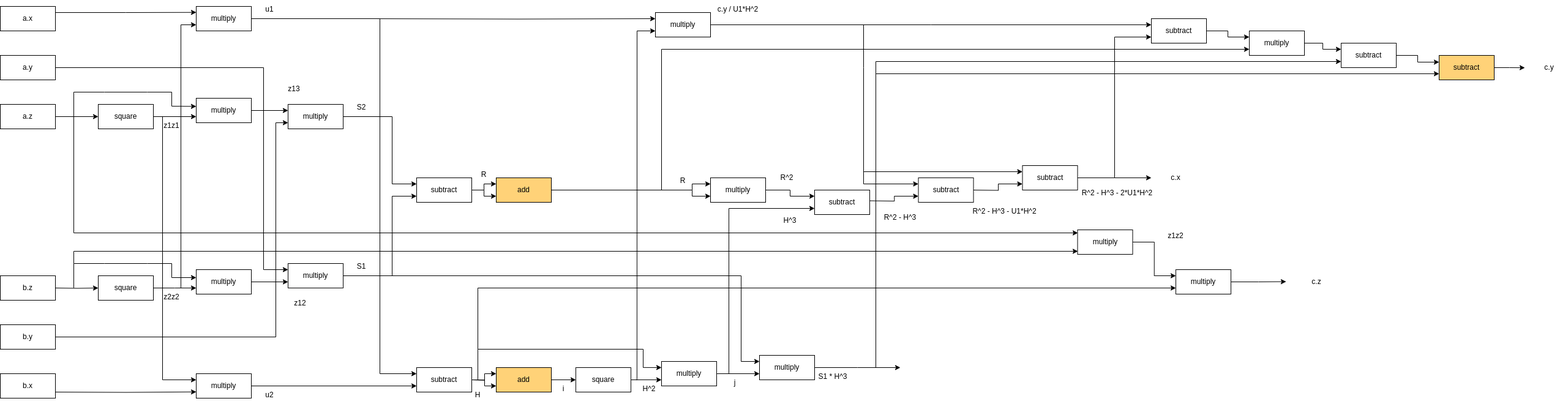
This is figs/Point_ADD_FlowDiagram.drawio.png from rafalum/zk_spinal, a draw.io export, as it was before one commit. Source tidied: cells renumbered, new cells last; positions are measured from the earlier drawing's top-left corner, leaving out a move shared by most shapes.
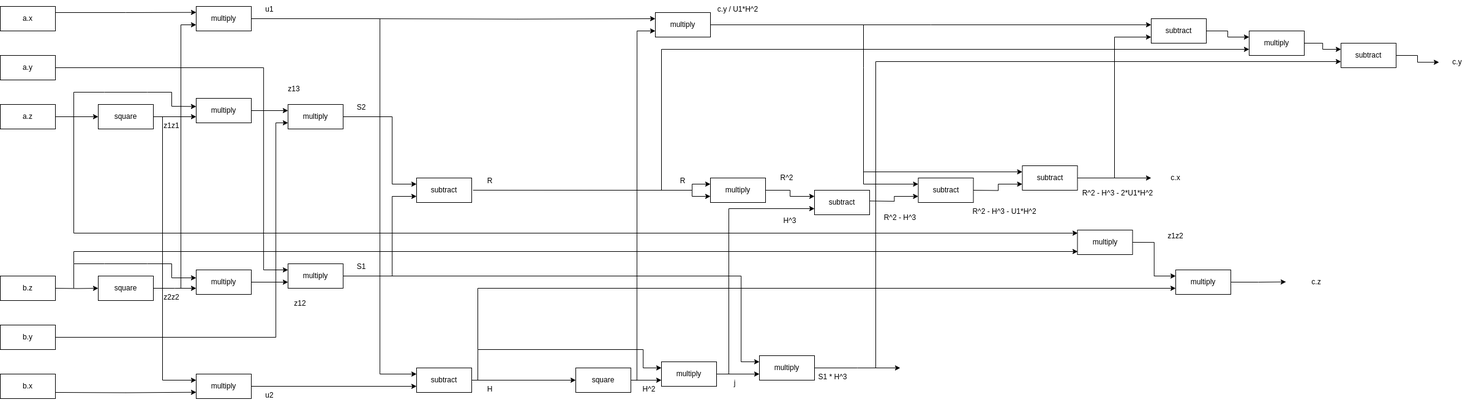
Later version of the same file.

Commit message:
removed wrong operations

What changed in the source:
```diff
@@ -152,20 +152,11 @@
     <mxCell id="33" value="S1" style="text;html=1;strokeColor=none;fillColor=none;align=center;verticalAlign=middle;whiteSpace=wrap;rounded=0;" parent="1" vertex="1">
       <mxGeometry x="560" y="420" width="60" height="30" as="geometry" />
     </mxCell>
-    <mxCell id="34" style="edgeStyle=orthogonalEdgeStyle;rounded=0;jettySize=auto;html=1;exitX=1;exitY=0.5;exitDx=0;exitDy=0;entryX=0;entryY=0.25;entryDx=0;entryDy=0;" parent="1" edge="1" source="36" target="37">
-      <mxGeometry relative="1" as="geometry" />
-    </mxCell>
-    <mxCell id="35" style="edgeStyle=orthogonalEdgeStyle;rounded=0;jettySize=auto;html=1;exitX=1;exitY=0.5;exitDx=0;exitDy=0;entryX=0;entryY=0.75;entryDx=0;entryDy=0;" parent="1" edge="1" source="36" target="37">
-      <mxGeometry relative="1" as="geometry" />
-    </mxCell>
     <mxCell id="36" value="subtract" style="rounded=0;whiteSpace=wrap;html=1;" parent="1" vertex="1">
       <mxGeometry x="680" y="290" width="90" height="40" as="geometry" />
     </mxCell>
-    <mxCell id="37" value="add" style="rounded=0;whiteSpace=wrap;html=1;fillColor=#FFD278;" parent="1" vertex="1">
-      <mxGeometry x="810" y="290" width="90" height="40" as="geometry" />
-    </mxCell>
     <mxCell id="38" value="R" style="text;html=1;strokeColor=none;fillColor=none;align=center;verticalAlign=middle;whiteSpace=wrap;rounded=0;" parent="1" vertex="1">
-      <mxGeometry x="760" y="270" width="60" height="30" as="geometry" />
+      <mxGeometry x="770" y="280" width="60" height="30" as="geometry" />
     </mxCell>
     <mxCell id="39" value="R" style="text;html=1;strokeColor=none;fillColor=none;align=center;verticalAlign=middle;whiteSpace=wrap;rounded=0;" parent="1" vertex="1">
       <mxGeometry x="1085" y="280" width="60" height="30" as="geometry" />
@@ -202,25 +193,9 @@
     <mxCell id="47" value="subtract" style="rounded=0;whiteSpace=wrap;html=1;" parent="1" vertex="1">
       <mxGeometry x="680" y="600" width="90" height="40" as="geometry" />
     </mxCell>
-    <mxCell id="48" style="edgeStyle=orthogonalEdgeStyle;rounded=0;jettySize=auto;html=1;exitX=1;exitY=0.5;exitDx=0;exitDy=0;entryX=0;entryY=0.25;entryDx=0;entryDy=0;" parent="1" edge="1" target="51">
-      <mxGeometry relative="1" as="geometry">
-        <mxPoint x="770" y="620" as="sourcePoint" />
-      </mxGeometry>
-    </mxCell>
-    <mxCell id="49" style="edgeStyle=orthogonalEdgeStyle;rounded=0;jettySize=auto;html=1;exitX=1;exitY=0.5;exitDx=0;exitDy=0;entryX=0;entryY=0.75;entryDx=0;entryDy=0;" parent="1" edge="1" target="51">
-      <mxGeometry relative="1" as="geometry">
-        <mxPoint x="770" y="620" as="sourcePoint" />
-      </mxGeometry>
-    </mxCell>
-    <mxCell id="50" style="edgeStyle=orthogonalEdgeStyle;rounded=0;jettySize=auto;html=1;exitX=1;exitY=0.5;exitDx=0;exitDy=0;entryX=0;entryY=0.5;entryDx=0;entryDy=0;" parent="1" edge="1" source="51" target="54">
+    <mxCell id="50" style="edgeStyle=orthogonalEdgeStyle;rounded=0;jettySize=auto;html=1;exitX=1;exitY=0.5;exitDx=0;exitDy=0;entryX=0;entryY=0.5;entryDx=0;entryDy=0;" parent="1" edge="1" source="47" target="54">
       <mxGeometry relative="1" as="geometry" />
     </mxCell>
-    <mxCell id="51" value="add" style="rounded=0;whiteSpace=wrap;html=1;fillColor=#FFD278;" parent="1" vertex="1">
-      <mxGeometry x="810" y="600" width="90" height="40" as="geometry" />
-    </mxCell>
-    <mxCell id="52" value="i" style="text;html=1;strokeColor=none;fillColor=none;align=center;verticalAlign=middle;whiteSpace=wrap;rounded=0;" parent="1" vertex="1">
-      <mxGeometry x="890" y="620" width="60" height="30" as="geometry" />
-    </mxCell>
     <mxCell id="53" style="edgeStyle=orthogonalEdgeStyle;rounded=0;jettySize=auto;html=1;exitX=1;exitY=0.5;exitDx=0;exitDy=0;entryX=0;entryY=0.75;entryDx=0;entryDy=0;" parent="1" edge="1" source="54" target="56">
       <mxGeometry relative="1" as="geometry" />
     </mxCell>
@@ -255,7 +230,7 @@
     <mxCell id="60" value="j" style="text;html=1;strokeColor=none;fillColor=none;align=center;verticalAlign=middle;whiteSpace=wrap;rounded=0;" parent="1" vertex="1">
       <mxGeometry x="1170" y="610" width="60" height="30" as="geometry" />
     </mxCell>
-    <mxCell id="61" style="edgeStyle=orthogonalEdgeStyle;rounded=0;jettySize=auto;html=1;exitX=1;exitY=0.5;exitDx=0;exitDy=0;entryX=0;entryY=0.25;entryDx=0;entryDy=0;" parent="1" edge="1" source="37" target="70">
+    <mxCell id="61" style="edgeStyle=orthogonalEdgeStyle;rounded=0;jettySize=auto;html=1;exitX=1.025;exitY=0.498;exitDx=0;exitDy=0;entryX=0;entryY=0.25;entryDx=0;entryDy=0;exitPerimeter=0;" parent="1" edge="1" source="36" target="70">
       <mxGeometry relative="1" as="geometry">
         <Array as="points">
           <mxPoint x="1130" y="310" />
@@ -351,7 +326,7 @@
       <mxGeometry x="1669.5" y="270" width="90" height="40" as="geometry" />
     </mxCell>
     <mxCell id="82" value="H" style="text;html=1;strokeColor=none;fillColor=none;align=center;verticalAlign=middle;whiteSpace=wrap;rounded=0;" parent="1" vertex="1">
-      <mxGeometry x="750" y="630" width="60" height="30" as="geometry" />
+      <mxGeometry x="770" y="620" width="60" height="30" as="geometry" />
     </mxCell>
     <mxCell id="83" style="endArrow=classic;html=1;rounded=0;entryX=0;entryY=0.75;entryDx=0;entryDy=0;" parent="1" edge="1" target="73">
       <mxGeometry relative="1" as="geometry">
@@ -426,21 +401,8 @@
       </mxGeometry>
     </mxCell>
     <mxCell id="97" value="c.y" style="text;html=1;strokeColor=none;fillColor=none;align=center;verticalAlign=middle;whiteSpace=wrap;rounded=0;" parent="1" vertex="1">
-      <mxGeometry x="2500" y="95" width="60" height="30" as="geometry" />
+      <mxGeometry x="2350" y="86" width="60" height="30" as="geometry" />
     </mxCell>
-    <mxCell id="98" style="edgeStyle=orthogonalEdgeStyle;rounded=0;jettySize=auto;html=1;exitX=1;exitY=0.5;exitDx=0;exitDy=0;" parent="1" edge="1" source="99">
-      <mxGeometry relative="1" as="geometry">
-        <mxPoint x="2490" y="110.2" as="targetPoint" />
-      </mxGeometry>
-    </mxCell>
-    <mxCell id="99" value="subtract" style="rounded=0;whiteSpace=wrap;html=1;fillColor=#FFD278;" parent="1" vertex="1">
-      <mxGeometry x="2350" y="90" width="90" height="40" as="geometry" />
-    </mxCell>
-    <mxCell id="100" style="endArrow=classic;html=1;rounded=0;entryX=0;entryY=0.75;entryDx=0;entryDy=0;" parent="1" edge="1" target="99">
-      <mxGeometry relative="1" as="geometry">
-        <mxPoint x="1430" y="120" as="sourcePoint" />
-      </mxGeometry>
-    </mxCell>
     <mxCell id="101" style="endArrow=classic;html=1;rounded=0;" parent="1" edge="1">
       <mxGeometry relative="1" as="geometry">
         <mxPoint x="120" y="190" as="sourcePoint" />
```
